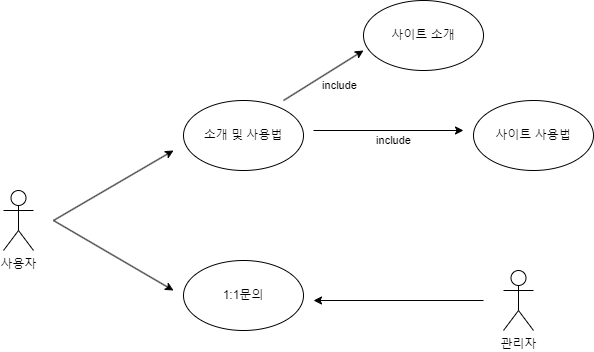
This is 수정/고객센터-수정.png from Yoon-jae-min/UsecaseDiagram, a draw.io export, as it was before one commit. Source tidied: cells renumbered, new cells last; positions are measured from the earlier drawing's top-left corner, leaving out a move shared by most shapes.
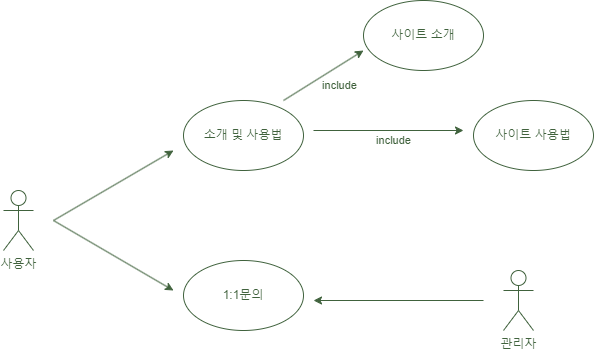
After the commit.

Commit message:
고객센터-수정.png 업데이트

Diff of the diagram source:
```diff
@@ -2,49 +2,49 @@
   <root>
     <mxCell id="0" />
     <mxCell id="1" parent="0" />
-    <mxCell id="2" value="사용자" style="shape=umlActor;verticalLabelPosition=bottom;verticalAlign=top;html=1;fillColor=none;" parent="1" vertex="1">
+    <mxCell id="2" value="사용자" style="shape=umlActor;verticalLabelPosition=bottom;verticalAlign=top;html=1;fillColor=none;strokeColor=#40623d;fontColor=#40623d;" parent="1" vertex="1">
       <mxGeometry y="190" width="30" height="60" as="geometry" />
     </mxCell>
-    <mxCell id="3" value="소개 및 사용법" style="ellipse;whiteSpace=wrap;html=1;fillColor=none;" parent="1" vertex="1">
+    <mxCell id="3" value="소개 및 사용법" style="ellipse;whiteSpace=wrap;html=1;fillColor=none;strokeColor=#40623d;fontColor=#40623d;" parent="1" vertex="1">
       <mxGeometry x="180" y="100" width="120" height="70" as="geometry" />
     </mxCell>
-    <mxCell id="4" value="1:1문의" style="ellipse;whiteSpace=wrap;html=1;fillColor=none;" parent="1" vertex="1">
+    <mxCell id="4" value="1:1문의" style="ellipse;whiteSpace=wrap;html=1;fillColor=none;strokeColor=#40623d;fontColor=#40623d;" parent="1" vertex="1">
       <mxGeometry x="180" y="260" width="120" height="70" as="geometry" />
     </mxCell>
-    <mxCell id="5" value="관리자" style="shape=umlActor;verticalLabelPosition=bottom;verticalAlign=top;html=1;fillColor=none;" parent="1" vertex="1">
+    <mxCell id="5" value="관리자" style="shape=umlActor;verticalLabelPosition=bottom;verticalAlign=top;html=1;fillColor=none;strokeColor=#40623d;fontColor=#40623d;" parent="1" vertex="1">
       <mxGeometry x="500" y="270" width="30" height="60" as="geometry" />
     </mxCell>
-    <mxCell id="6" value="사이트 소개" style="ellipse;whiteSpace=wrap;html=1;fillColor=none;" parent="1" vertex="1">
+    <mxCell id="6" value="사이트 소개" style="ellipse;whiteSpace=wrap;html=1;fillColor=none;strokeColor=#40623d;fontColor=#40623d;" parent="1" vertex="1">
       <mxGeometry x="360" width="120" height="70" as="geometry" />
     </mxCell>
-    <mxCell id="7" value="사이트 사용법" style="ellipse;whiteSpace=wrap;html=1;fillColor=none;" parent="1" vertex="1">
+    <mxCell id="7" value="사이트 사용법" style="ellipse;whiteSpace=wrap;html=1;fillColor=none;strokeColor=#40623d;fontColor=#40623d;" parent="1" vertex="1">
       <mxGeometry x="470" y="100" width="120" height="70" as="geometry" />
     </mxCell>
-    <mxCell id="8" style="endArrow=classic;html=1;rounded=0;" parent="1" edge="1">
+    <mxCell id="8" style="endArrow=classic;html=1;rounded=0;strokeColor=#40623d;fontColor=#40623d;" parent="1" edge="1">
       <mxGeometry relative="1" as="geometry">
         <mxPoint x="50" y="220" as="sourcePoint" />
         <mxPoint x="170" y="150" as="targetPoint" />
       </mxGeometry>
     </mxCell>
-    <mxCell id="9" style="endArrow=classic;html=1;rounded=0;" parent="1" edge="1">
+    <mxCell id="9" style="endArrow=classic;html=1;rounded=0;strokeColor=#40623d;fontColor=#40623d;" parent="1" edge="1">
       <mxGeometry relative="1" as="geometry">
         <mxPoint x="50" y="220" as="sourcePoint" />
         <mxPoint x="170" y="290" as="targetPoint" />
       </mxGeometry>
     </mxCell>
-    <mxCell id="10" value="include" style="endArrow=classic;html=1;rounded=0;labelBackgroundColor=none;" parent="1" edge="1">
+    <mxCell id="10" value="include" style="endArrow=classic;html=1;rounded=0;labelBackgroundColor=none;strokeColor=#40623d;fontColor=#40623d;" parent="1" edge="1">
       <mxGeometry x="0.07" y="-10" relative="1" as="geometry">
         <mxPoint x="310" y="130" as="sourcePoint" />
         <mxPoint x="460" y="130" as="targetPoint" />
       </mxGeometry>
     </mxCell>
-    <mxCell id="11" value="include" style="endArrow=classic;html=1;rounded=0;labelBackgroundColor=none;" parent="1" edge="1">
+    <mxCell id="11" value="include" style="endArrow=classic;html=1;rounded=0;labelBackgroundColor=none;strokeColor=#40623d;fontColor=#40623d;" parent="1" edge="1">
       <mxGeometry x="0.19" y="-17" relative="1" as="geometry">
         <mxPoint x="280" y="100" as="sourcePoint" />
         <mxPoint x="360" y="50" as="targetPoint" />
       </mxGeometry>
     </mxCell>
-    <mxCell id="12" style="endArrow=classic;html=1;rounded=0;" parent="1" edge="1">
+    <mxCell id="12" style="endArrow=classic;html=1;rounded=0;strokeColor=#40623d;fontColor=#40623d;" parent="1" edge="1">
       <mxGeometry relative="1" as="geometry">
         <mxPoint x="480" y="300" as="sourcePoint" />
         <mxPoint x="310" y="300" as="targetPoint" />
```
